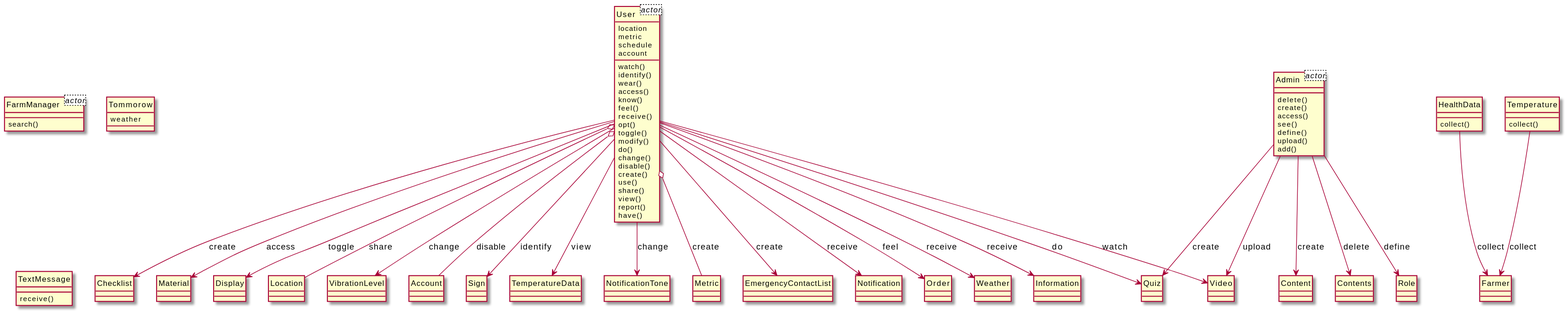
xixixhalu/DomainModelExtractor keeps this PlantUML diagram as output/diagram_5/2016-USC-Project09.svg. Above is the earlier version.
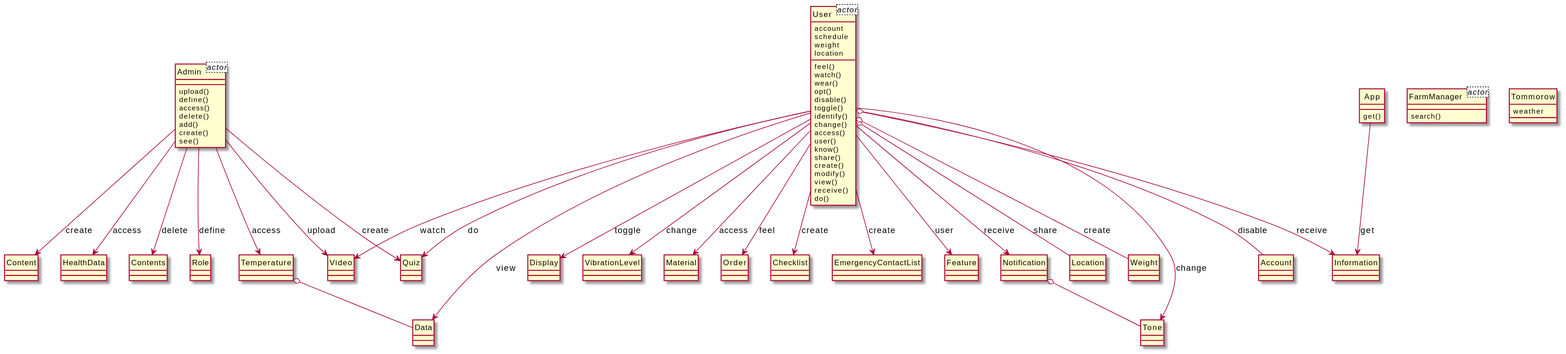
After the commit.

The edit, as a diff of the source:
```diff
@@ -1,10 +1,10 @@
 @startuml
 hide circle
 class User<actor> {
+	account
+	schedule
+	weight
 	location
-	metric
-	schedule
-	account
 }
 class Admin<actor> {
 }
@@ -13,112 +13,106 @@
 class Tommorow {
 	weather
 }
-class HealthData {
-	collect()
+class Tone {
 }
-class Farmer {
+class Data {
+}
+class Admin {
+	upload()
+	define()
+	access()
+	delete()
+	add()
+	create()
+	see()
+}
+class FarmManager {
+	search()
 }
 class User {
+	feel()
 	watch()
+	wear()
+	opt()
+	disable()
+	toggle()
 	identify()
-	wear()
+	change()
 	access()
+	user()
 	know()
-	feel()
+	share()
+	create()
+	modify()
+	view()
 	receive()
-	opt()
-	toggle()
-	modify()
 	do()
-	change()
-	disable()
-	create()
-	use()
-	share()
-	view()
-	report()
-	have()
 }
-class Material {
+class Checklist {
 }
-class Display {
+class EmergencyContactList {
 }
-class Admin {
-	delete()
-	create()
-	access()
-	see()
-	define()
-	upload()
-	add()
+class Role {
 }
-class Content {
+class Feature {
+}
+class Notification {
 }
 class Video {
 }
 class Location {
 }
-class FarmManager {
-	search()
+class Weight {
+}
+class Temperature {
+}
+class Information {
+}
+class Contents {
+}
+class Account {
+}
+class Quiz {
+}
+class Content {
+}
+class App {
+	get()
+}
+class HealthData {
+}
+class Display {
 }
 class VibrationLevel {
 }
-class Account {
-}
-class Sign {
-}
-class Quiz {
-}
-class TemperatureData {
-}
-class NotificationTone {
-}
-class Temperature {
-	collect()
-}
-class Metric {
-}
-class EmergencyContactList {
-}
-class Notification {
-}
-class Contents {
-}
-class TextMessage {
-	receive()
+class Material {
 }
 class Order {
 }
-class Role {
-}
-class Weather {
-}
-class Information {
-}
-class Checklist {
-}
-Admin --> Content : create
+Admin --> Role : define
+User --> Feature : user
+User --> Checklist : create
+App --> Information : get
+User --> EmergencyContactList : create
+User --> Notification : receive
 User --> Video : watch
+User --> Data : view
 Admin --> Video : upload
+Admin --> HealthData : access
 User o-- Location : share
 User --> Display : toggle
-User --> Notification : receive
+User --> Quiz : do
+User o-- Weight : create
+User --> Tone : change
+Admin --> Temperature : access
 User --> VibrationLevel : change
+User --> Information : receive
+User --> Material : access
+Temperature o-- Data
 Admin --> Contents : delete
-Temperature --> Farmer : collect
+User --> Order : feel
+Admin --> Content : create
 User o-- Account : disable
-User --> Order : feel
-HealthData --> Farmer : collect
-User --> Sign : identify
-Admin --> Role : define
-User --> Quiz : do
-User --> Material : access
-User --> Weather : receive
-User --> TemperatureData : view
-User --> Information : receive
-User --> NotificationTone : change
+Notification o-- Tone
 Admin --> Quiz : create
-User --> Checklist : create
-User o-- Metric : create
-User --> EmergencyContactList : create
 @enduml
```
